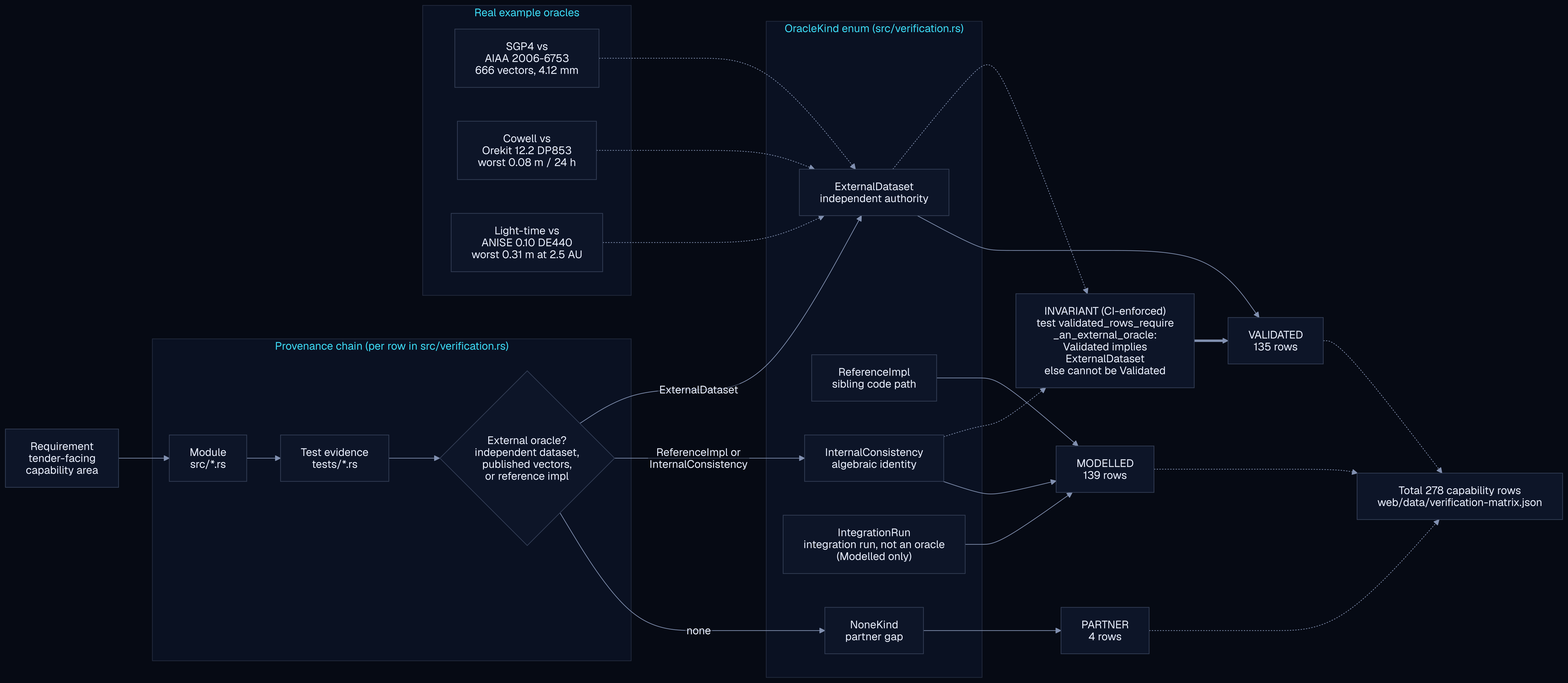
Before: docs/assets/diagrams/validation-provenance.png, a diagram exported from Mermaid (ashfordeOU/kshana). Its source is kept beside it as docs/diagrams/validation-provenance.mmd.
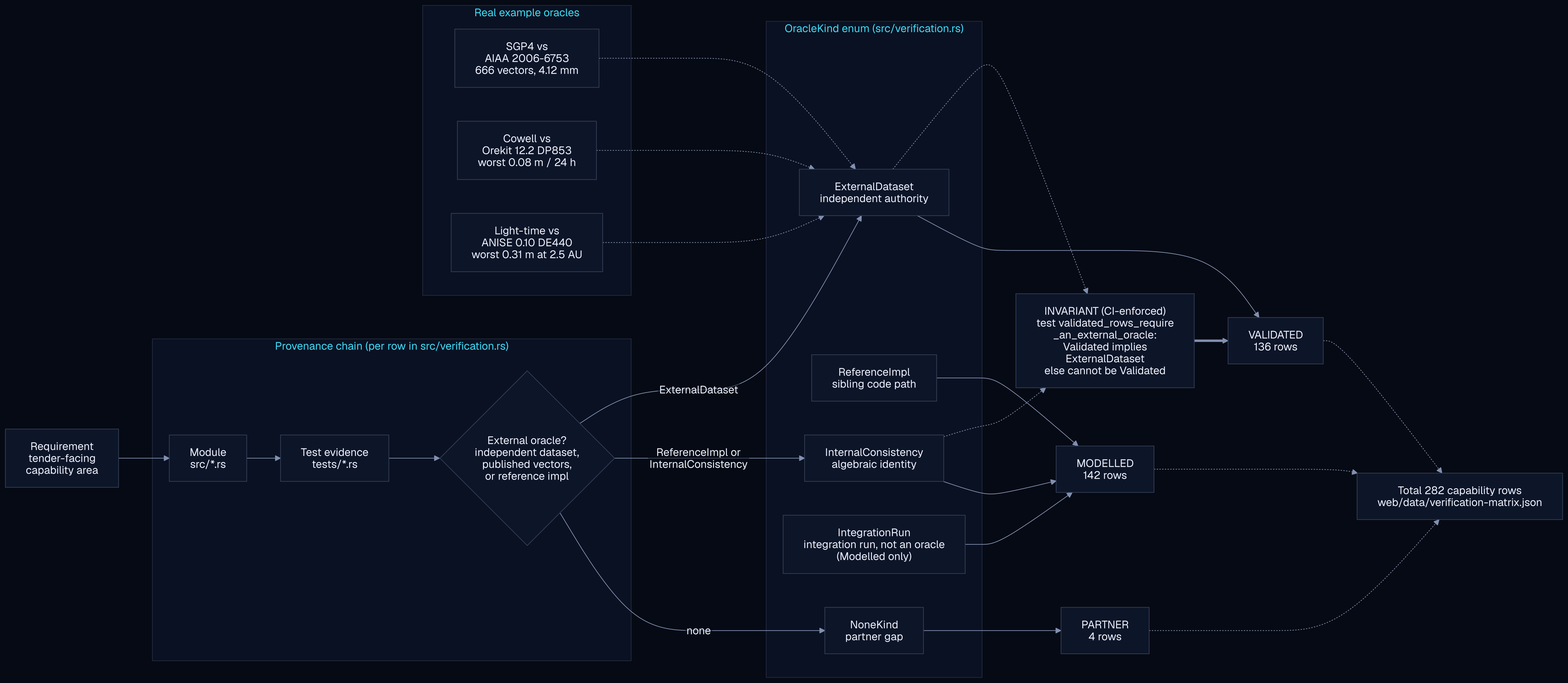
After the change.

What changed in the source:
```diff
@@ -27,8 +27,8 @@
     EXT -.-> GUARD
     INT -.-> GUARD
 
-    EXT --> VAL["VALIDATED<br/>135 rows"]
-    REF --> MDL["MODELLED<br/>139 rows"]
+    EXT --> VAL["VALIDATED<br/>136 rows"]
+    REF --> MDL["MODELLED<br/>142 rows"]
     INT --> MDL
     IRN --> MDL
     NON --> PRT["PARTNER<br/>4 rows"]
@@ -45,7 +45,7 @@
     E2 -.-> EXT
     E3 -.-> EXT
 
-    TOTAL["Total 278 capability rows<br/>web/data/verification-matrix.json"]
+    TOTAL["Total 282 capability rows<br/>web/data/verification-matrix.json"]
     VAL -.-> TOTAL
     MDL -.-> TOTAL
     PRT -.-> TOTAL
```
